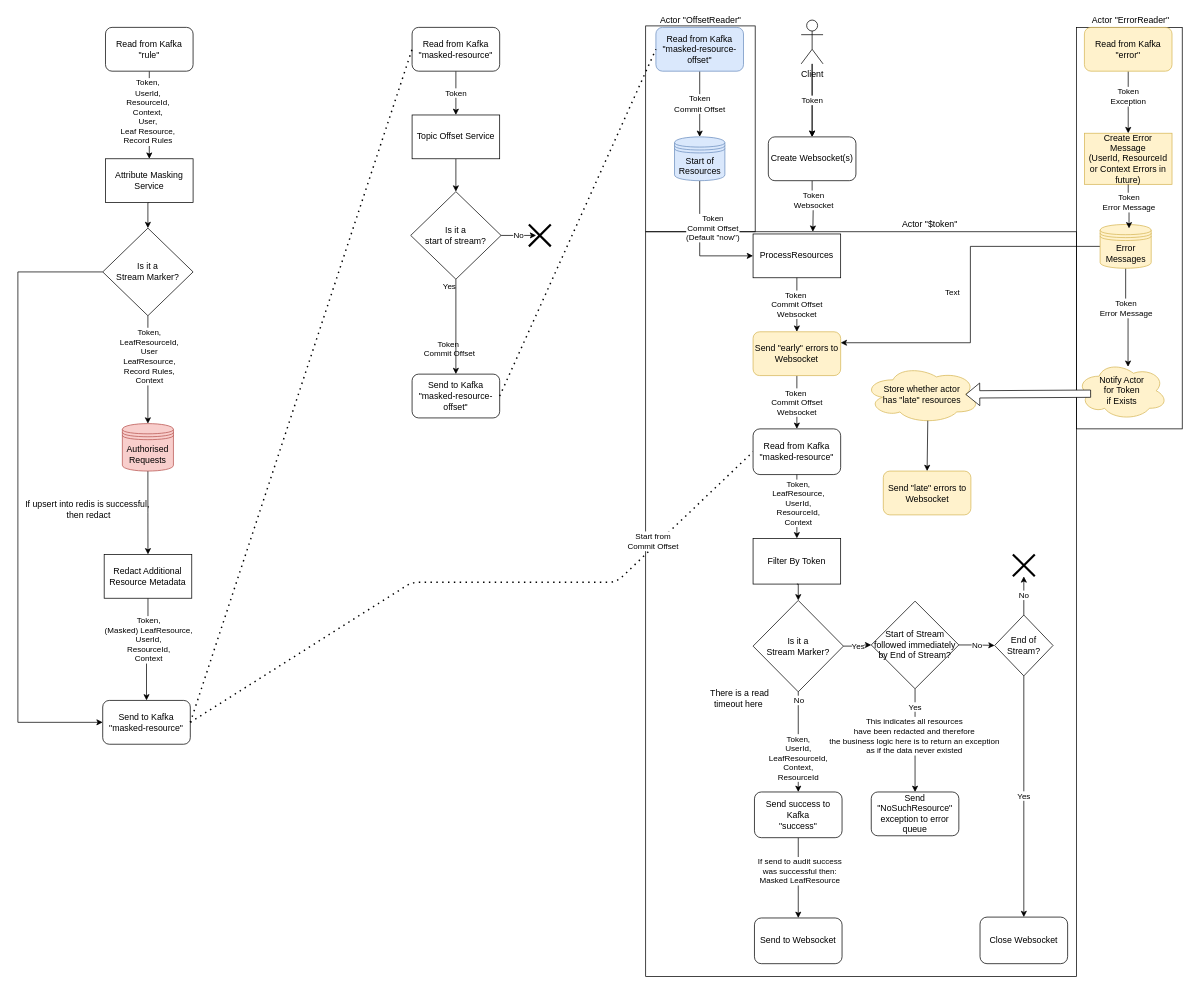
The draw.io diagram filtered-resource-service/doc/Filtered-Resource-Service-ML.drawio in gchq/Palisade-services, before the edit. Source tidied: cells renumbered, new cells numbered last; positions are measured from the earlier drawing's top-left corner, leaving out a move shared by most shapes. Both pictures are drawn from the tidied source at 73%, with x=0, y=0 at pixel (18, 12).
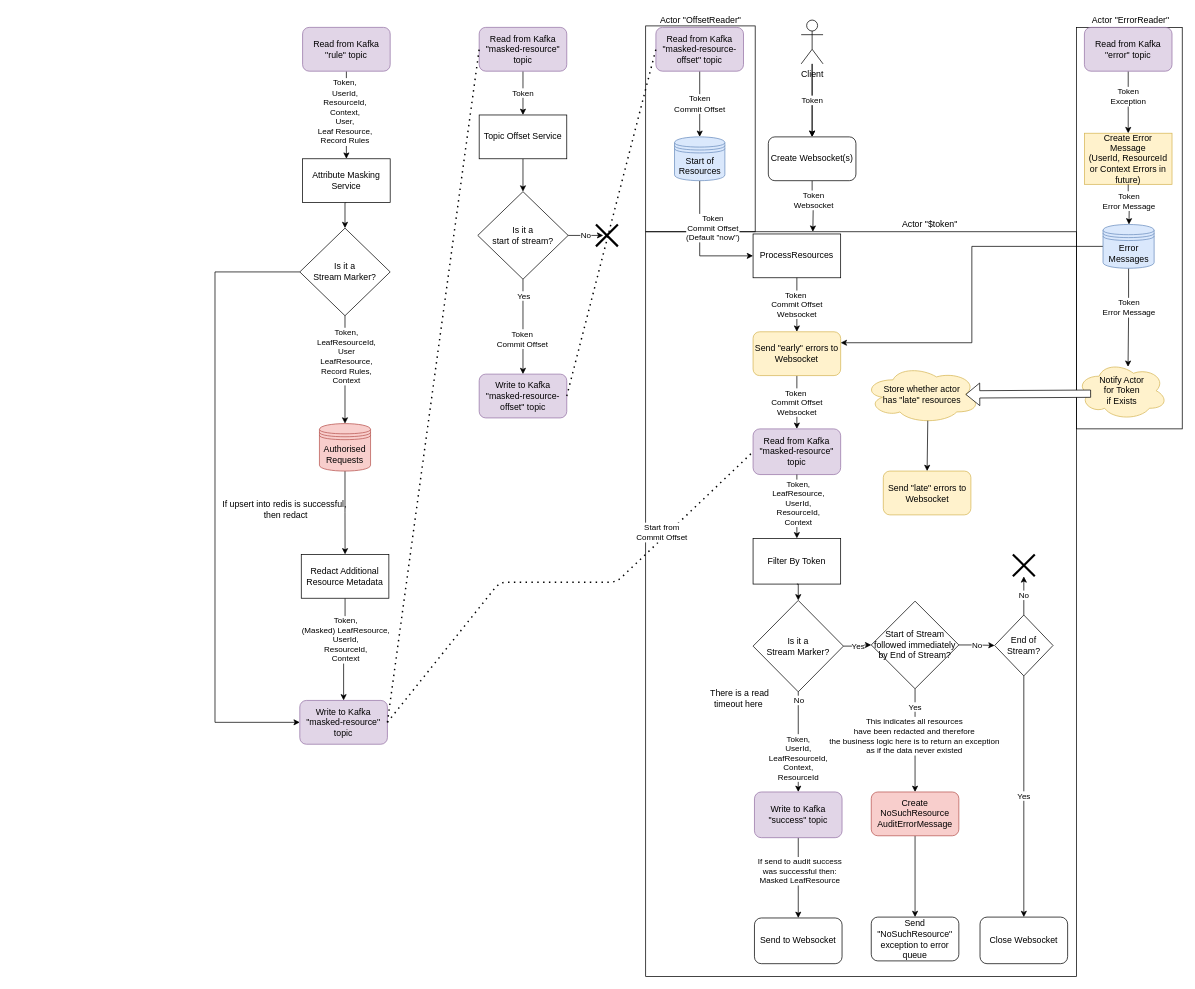
After the change.

Unchanged cells that the change refers to:
```xml
<mxCell id="26" value="&lt;br&gt;&lt;br&gt;" style="edgeStyle=orthogonalEdgeStyle;rounded=0;jettySize=auto;html=1;exitX=0.5;exitY=1;exitDx=0;exitDy=0;" parent="1" edge="1" source="24" target="25">
  <mxGeometry relative="1" as="geometry" />
</mxCell>
<mxCell id="65" value="Create Error Message&lt;br&gt;(UserId, ResourceId or Context Errors in future)" style="rounded=0;whiteSpace=wrap;html=1;fillColor=#fff2cc;strokeColor=#d6b656;" parent="1" vertex="1">
  <mxGeometry x="1461" y="165" width="120" height="70" as="geometry" />
</mxCell>
<mxCell id="76" style="edgeStyle=orthogonalEdgeStyle;rounded=0;jettySize=auto;html=1;exitX=0;exitY=0.5;exitDx=0;exitDy=0;entryX=1;entryY=0.25;entryDx=0;entryDy=0;" parent="1" edge="1" source="78" target="67">
  <mxGeometry relative="1" as="geometry" />
</mxCell>
<mxCell id="91" value="Start of Stream followed immediately by End of Stream?" style="rhombus;whiteSpace=wrap;html=1;" parent="1" vertex="1">
  <mxGeometry x="1169" y="806" width="120" height="120" as="geometry" />
</mxCell>
```

Change to the diagram source:
```diff
@@
     <mxCell id="6" value="Attribute Masking Service" style="rounded=0;whiteSpace=wrap;html=1;" parent="1" vertex="1">
-      <mxGeometry x="120" y="200" width="120" height="60" as="geometry" />
+      <mxGeometry x="390" y="200" width="120" height="60" as="geometry" />
     </mxCell>
@@
-    <mxCell id="9" value="&lt;div&gt;Read from Kafka&lt;/div&gt;&lt;div&gt;&quot;rule&quot;&lt;br&gt;&lt;/div&gt;" style="rounded=1;whiteSpace=wrap;html=1;" parent="1" vertex="1">
-      <mxGeometry x="120" y="20" width="120" height="60" as="geometry" />
+    <mxCell id="9" value="&lt;div&gt;Read from Kafka&lt;/div&gt;&lt;div&gt;&quot;rule&quot; topic&lt;br&gt;&lt;/div&gt;" style="rounded=1;whiteSpace=wrap;html=1;fillColor=#e1d5e7;strokeColor=#9673a6;" parent="1" vertex="1">
+      <mxGeometry x="390" y="20" width="120" height="60" as="geometry" />
     </mxCell>
     <mxCell id="10" style="edgeStyle=orthogonalEdgeStyle;rounded=0;jettySize=auto;html=1;exitX=0;exitY=0.5;exitDx=0;exitDy=0;entryX=0;entryY=0.5;entryDx=0;entryDy=0;" parent="1" edge="1" source="13" target="14">
       <mxGeometry relative="1" as="geometry">
         <Array as="points">
-          <mxPoint y="355" />
-          <mxPoint y="972" />
+          <mxPoint x="270" y="355" />
+          <mxPoint x="270" y="972" />
         </Array>
       </mxGeometry>
     </mxCell>
@@
     <mxCell id="13" value="Is it a &lt;br&gt;Stream Marker?" style="rhombus;whiteSpace=wrap;html=1;" parent="1" vertex="1">
-      <mxGeometry x="116.2" y="295" width="123.8" height="120" as="geometry" />
+      <mxGeometry x="386.2" y="295" width="123.8" height="120" as="geometry" />
     </mxCell>
-    <mxCell id="14" value="&lt;div&gt;Send to Kafka&lt;/div&gt;&lt;div&gt;&quot;masked-resource&quot;&lt;br&gt;&lt;/div&gt;" style="rounded=1;whiteSpace=wrap;html=1;" parent="1" vertex="1">
-      <mxGeometry x="116.2" y="942" width="120" height="60" as="geometry" />
+    <mxCell id="14" value="&lt;div&gt;Write to Kafka&lt;/div&gt;&lt;div&gt;&quot;masked-resource&quot; topic&lt;br&gt;&lt;/div&gt;" style="rounded=1;whiteSpace=wrap;html=1;fillColor=#e1d5e7;strokeColor=#9673a6;" parent="1" vertex="1">
+      <mxGeometry x="386.2" y="942" width="120" height="60" as="geometry" />
     </mxCell>
@@
     <mxCell id="17" value="Redact Additional Resource Metadata" style="rounded=0;whiteSpace=wrap;html=1;" parent="1" vertex="1">
-      <mxGeometry x="118.2" y="742" width="120" height="60" as="geometry" />
+      <mxGeometry x="388.2" y="742" width="120" height="60" as="geometry" />
     </mxCell>
@@
-    <mxCell id="19" value="&lt;div&gt;Read from Kafka&lt;/div&gt;&lt;div&gt;&quot;masked-resource&quot;&lt;br&gt;&lt;/div&gt;" style="rounded=1;whiteSpace=wrap;html=1;" parent="1" vertex="1">
-      <mxGeometry x="540" y="20" width="120" height="60" as="geometry" />
+    <mxCell id="19" value="&lt;div&gt;Read from Kafka&lt;/div&gt;&lt;div&gt;&quot;masked-resource&quot; topic&lt;br&gt;&lt;/div&gt;" style="rounded=1;whiteSpace=wrap;html=1;fillColor=#e1d5e7;strokeColor=#9673a6;" parent="1" vertex="1">
+      <mxGeometry x="631.9" y="20" width="120" height="60" as="geometry" />
     </mxCell>
@@
     <mxCell id="22" value="Topic Offset Service" style="rounded=0;whiteSpace=wrap;html=1;" parent="1" vertex="1">
-      <mxGeometry x="540" y="140" width="120" height="60" as="geometry" />
+      <mxGeometry x="631.9" y="140" width="120" height="60" as="geometry" />
     </mxCell>
     <mxCell id="23" value="No" style="edgeStyle=orthogonalEdgeStyle;rounded=0;jettySize=auto;html=1;exitX=1;exitY=0.5;exitDx=0;exitDy=0;entryX=0.333;entryY=0.4;entryDx=0;entryDy=0;entryPerimeter=0;" parent="1" edge="1" source="24">
       <mxGeometry relative="1" as="geometry">
-        <mxPoint x="710" y="305" as="targetPoint" />
+        <mxPoint x="801.9" y="305" as="targetPoint" />
       </mxGeometry>
     </mxCell>
     <mxCell id="24" value="Is it a &lt;br&gt;start of stream?" style="rhombus;whiteSpace=wrap;html=1;" parent="1" vertex="1">
-      <mxGeometry x="538.1" y="245" width="123.8" height="120" as="geometry" />
+      <mxGeometry x="630" y="245" width="123.8" height="120" as="geometry" />
     </mxCell>
-    <mxCell id="25" value="&lt;div&gt;Send to Kafka&lt;/div&gt;&lt;div&gt;&quot;masked-resource-offset&quot;&lt;br&gt;&lt;/div&gt;" style="rounded=1;whiteSpace=wrap;html=1;" parent="1" vertex="1">
-      <mxGeometry x="540" y="495" width="120" height="60" as="geometry" />
+    <mxCell id="25" value="&lt;div&gt;Write to Kafka&lt;/div&gt;&lt;div&gt;&quot;masked-resource-offset&quot; topic&lt;br&gt;&lt;/div&gt;" style="rounded=1;whiteSpace=wrap;html=1;fillColor=#e1d5e7;strokeColor=#9673a6;" parent="1" vertex="1">
+      <mxGeometry x="631.9" y="495" width="120" height="60" as="geometry" />
     </mxCell>
@@
-    <mxCell id="27" value="Yes&lt;br&gt;&lt;br&gt;&lt;br&gt;&lt;br&gt;&lt;br&gt;&lt;br&gt;Token&amp;nbsp;&lt;br&gt;Commit Offset" style="edgeLabel;html=1;align=center;verticalAlign=middle;labelBackgroundColor=none;" parent="26" vertex="1">
-      <mxGeometry x="-0.29" y="1" relative="1" as="geometry">
-        <mxPoint x="-11" y="9" as="offset" />
-      </mxGeometry>
-    </mxCell>
+    <mxCell id="94" value="Yes" style="edgeLabel;html=1;align=center;verticalAlign=middle;" parent="26" vertex="1">
+      <mxGeometry x="-0.66" y="1" relative="1" as="geometry" />
+    </mxCell>
+    <mxCell id="95" value="Token&lt;br&gt;Commit Offset" style="edgeLabel;html=1;align=center;verticalAlign=middle;" parent="26" vertex="1">
+      <mxGeometry x="0.25" y="-1" relative="1" as="geometry" />
+    </mxCell>
@@
-    <mxCell id="29" value="&lt;div&gt;Read from Kafka&lt;/div&gt;&lt;div&gt;&quot;masked-resource-offset&quot;&lt;br&gt;&lt;/div&gt;" style="rounded=1;whiteSpace=wrap;html=1;fillColor=#dae8fc;strokeColor=#6c8ebf;" parent="1" vertex="1">
+    <mxCell id="29" value="&lt;div&gt;Read from Kafka&lt;/div&gt;&lt;div&gt;&quot;masked-resource-offset&quot; topic&lt;br&gt;&lt;/div&gt;" style="rounded=1;whiteSpace=wrap;html=1;fillColor=#e1d5e7;strokeColor=#9673a6;" parent="1" vertex="1">
       <mxGeometry x="874" y="20" width="120" height="60" as="geometry" />
     </mxCell>
@@
     <mxCell id="31" style="endArrow=none;dashed=1;html=1;dashPattern=1 3;strokeWidth=2;exitX=1;exitY=0.5;exitDx=0;exitDy=0;entryX=0;entryY=0.5;entryDx=0;entryDy=0;" parent="1" edge="1" source="14" target="35">
       <mxGeometry relative="1" as="geometry">
         <Array as="points">
-          <mxPoint x="540" y="780" />
+          <mxPoint x="660" y="780" />
           <mxPoint x="820" y="780" />
         </Array>
       </mxGeometry>
     </mxCell>
@@
     <mxCell id="34" value="Authorised Requests" style="shape=datastore;whiteSpace=wrap;html=1;fillColor=#f8cecc;strokeColor=#b85450;" parent="1" vertex="1">
-      <mxGeometry x="143.1" y="562.8" width="70" height="65" as="geometry" />
+      <mxGeometry x="413.1" y="562.8" width="70" height="65" as="geometry" />
     </mxCell>
-    <mxCell id="35" value="&lt;div&gt;Read from Kafka&lt;/div&gt;&lt;div&gt;&quot;masked-resource&quot;&lt;br&gt;&lt;/div&gt;" style="rounded=1;whiteSpace=wrap;html=1;" parent="1" vertex="1">
+    <mxCell id="35" value="&lt;div&gt;Read from Kafka&lt;/div&gt;&lt;div&gt;&quot;masked-resource&quot; topic&lt;br&gt;&lt;/div&gt;" style="rounded=1;whiteSpace=wrap;html=1;fillColor=#e1d5e7;strokeColor=#9673a6;" parent="1" vertex="1">
       <mxGeometry x="1007.1" y="570" width="120" height="62.6" as="geometry" />
     </mxCell>
@@
-    <mxCell id="48" value="&lt;div&gt;Send success to Kafka&lt;/div&gt;&lt;div&gt;&quot;success&quot;&lt;br&gt;&lt;/div&gt;" style="rounded=1;whiteSpace=wrap;html=1;" parent="1" vertex="1">
+    <mxCell id="48" value="Write to Kafka &quot;success&quot; topic" style="rounded=1;whiteSpace=wrap;html=1;fillColor=#e1d5e7;strokeColor=#9673a6;" parent="1" vertex="1">
       <mxGeometry x="1009" y="1067.4" width="120" height="62.6" as="geometry" />
     </mxCell>
@@
     <mxCell id="50" value="If upsert into redis is successful,&lt;br&gt;&amp;nbsp;then redact" style="text;html=1;align=center;verticalAlign=middle;" parent="1" vertex="1">
-      <mxGeometry y="665" width="190" height="30" as="geometry" />
+      <mxGeometry x="270" y="665" width="190" height="30" as="geometry" />
     </mxCell>
@@
-    <mxCell id="58" value="Read from Kafka&lt;br&gt;&quot;error&quot;" style="rounded=1;whiteSpace=wrap;html=1;fillColor=#fff2cc;strokeColor=#d6b656;" parent="1" vertex="1">
+    <mxCell id="58" value="Read from Kafka&lt;br&gt;&quot;error&quot; topic" style="rounded=1;whiteSpace=wrap;html=1;fillColor=#e1d5e7;strokeColor=#9673a6;" parent="1" vertex="1">
       <mxGeometry x="1461" y="20" width="120" height="60" as="geometry" />
     </mxCell>
@@
     <mxCell id="75" style="shape=umlDestroy;whiteSpace=wrap;html=1;strokeWidth=3;" parent="1" vertex="1">
-      <mxGeometry x="700" y="290" width="30" height="30" as="geometry" />
+      <mxGeometry x="791.9" y="290" width="30" height="30" as="geometry" />
     </mxCell>
@@
-    <mxCell id="77" value="Text" style="edgeLabel;html=1;align=center;verticalAlign=middle;" parent="76" vertex="1">
-      <mxGeometry x="-0.29" y="31" relative="1" as="geometry">
-        <mxPoint x="-30" y="31" as="offset" />
-      </mxGeometry>
-    </mxCell>
-    <mxCell id="78" value="Error Messages" style="shape=datastore;whiteSpace=wrap;html=1;rounded=1;fillColor=#fff2cc;strokeColor=#d6b656;" parent="1" vertex="1">
-      <mxGeometry x="1482.5" y="290" width="70" height="60" as="geometry" />
+    <mxCell id="78" value="Error Messages" style="shape=datastore;whiteSpace=wrap;html=1;rounded=1;fillColor=#dae8fc;strokeColor=#6c8ebf;" parent="1" vertex="1">
+      <mxGeometry x="1486.5" y="290" width="70" height="60" as="geometry" />
     </mxCell>
-    <mxCell id="79" style="edgeStyle=orthogonalEdgeStyle;rounded=0;jettySize=auto;html=1;exitX=0.5;exitY=1;exitDx=0;exitDy=0;entryX=0.566;entryY=0.09;entryDx=0;entryDy=0;entryPerimeter=0;" parent="1" edge="1" source="65" target="78">
-      <mxGeometry relative="1" as="geometry" />
+    <mxCell id="79" style="edgeStyle=orthogonalEdgeStyle;rounded=0;jettySize=auto;html=1;exitX=0.5;exitY=1;exitDx=0;exitDy=0;" parent="1" edge="1" source="65">
+      <mxGeometry relative="1" as="geometry">
+        <mxPoint x="1522" y="290" as="targetPoint" />
+      </mxGeometry>
     </mxCell>
@@
-    <mxCell id="88" style="edgeStyle=orthogonalEdgeStyle;rounded=0;jettySize=auto;html=1;exitX=0.5;exitY=1;exitDx=0;exitDy=0;entryX=0.5;entryY=0;entryDx=0;entryDy=0;" parent="1" edge="1" source="91" target="93">
-      <mxGeometry relative="1" as="geometry">
-        <Array as="points">
-          <mxPoint x="1229" y="990" />
-          <mxPoint x="1229" y="990" />
-        </Array>
-      </mxGeometry>
-    </mxCell>
-    <mxCell id="89" value="Yes" style="edgeLabel;html=1;align=center;verticalAlign=middle;" parent="88" vertex="1">
-      <mxGeometry x="-0.09" y="-4" relative="1" as="geometry">
-        <mxPoint x="3" y="-40" as="offset" />
-      </mxGeometry>
-    </mxCell>
-    <mxCell id="90" value="This indicates all resources&lt;br&gt;have been redacted and therefore&lt;br&gt;the business logic here is to return an exception&lt;br&gt;as if the data never existed" style="edgeLabel;html=1;align=center;verticalAlign=middle;" parent="88" vertex="1">
-      <mxGeometry x="-0.66" y="-2" relative="1" as="geometry">
-        <mxPoint y="40" as="offset" />
-      </mxGeometry>
-    </mxCell>
@@
+    <mxCell id="96" style="edgeStyle=orthogonalEdgeStyle;rounded=0;jettySize=auto;html=1;exitX=0.5;exitY=1;exitDx=0;exitDy=0;entryX=0.5;entryY=0;entryDx=0;entryDy=0;" parent="1" edge="1" target="99">
+      <mxGeometry relative="1" as="geometry">
+        <mxPoint x="1229" y="926" as="sourcePoint" />
+        <Array as="points">
+          <mxPoint x="1229" y="990" />
+          <mxPoint x="1229" y="990" />
+        </Array>
+      </mxGeometry>
+    </mxCell>
+    <mxCell id="97" value="Yes" style="edgeLabel;html=1;align=center;verticalAlign=middle;" parent="96" vertex="1">
+      <mxGeometry x="-0.09" y="-4" relative="1" as="geometry">
+        <mxPoint x="3" y="-40" as="offset" />
+      </mxGeometry>
+    </mxCell>
+    <mxCell id="90" value="This indicates all resources&lt;br&gt;have been redacted and therefore&lt;br&gt;the business logic here is to return an exception&lt;br&gt;as if the data never existed" style="edgeLabel;html=1;align=center;verticalAlign=middle;" parent="96" vertex="1">
+      <mxGeometry x="-0.66" y="-2" relative="1" as="geometry">
+        <mxPoint y="40" as="offset" />
+      </mxGeometry>
+    </mxCell>
+    <mxCell id="98" style="edgeStyle=orthogonalEdgeStyle;rounded=0;jettySize=auto;html=1;exitX=0.5;exitY=1;exitDx=0;exitDy=0;" parent="1" edge="1" source="99" target="93">
+      <mxGeometry relative="1" as="geometry" />
+    </mxCell>
+    <mxCell id="99" value="Create NoSuchResource AuditErrorMessage" style="rounded=1;whiteSpace=wrap;html=1;fillColor=#f8cecc;strokeColor=#b85450;" parent="1" vertex="1">
+      <mxGeometry x="1169" y="1067.4" width="120" height="60" as="geometry" />
+    </mxCell>
     <mxCell id="93" value="Send &quot;NoSuchResource&quot; exception to error queue" style="rounded=1;whiteSpace=wrap;html=1;" parent="1" vertex="1">
-      <mxGeometry x="1169" y="1067.4" width="120" height="60" as="geometry" />
+      <mxGeometry x="1169" y="1238.8" width="120" height="60" as="geometry" />
     </mxCell>
```
